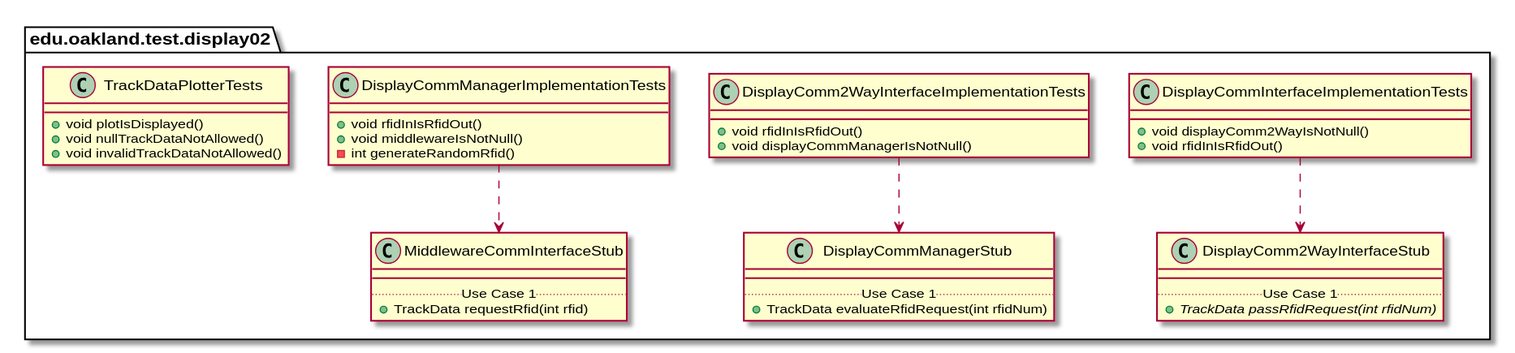
Above: docs/uml-class-diagrams/display02/test/Display02TestPackage_InternalDependencies.svg in andrewdimmer/csi-3370-software-project (PlantUML), before the change.
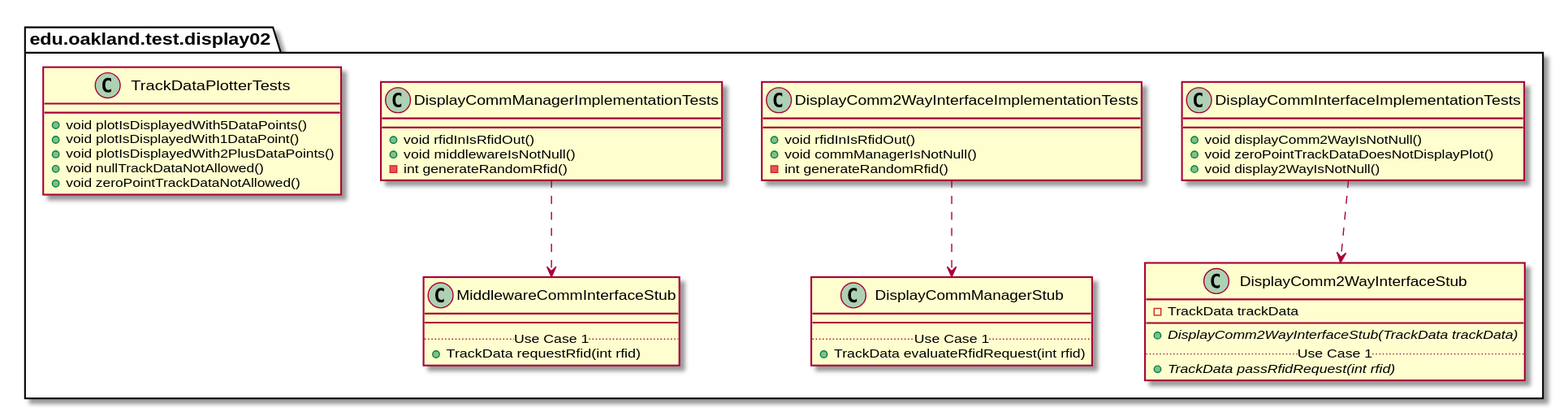
Later version of the same file.

What changed in the source:
```diff
@@ -8,8 +8,8 @@
 package edu.oakland.test.display02 {
     class DisplayCommInterfaceImplementationTests {
         + void displayComm2WayIsNotNull()
-        + void rfidInIsRfidOut()
-
+        + void zeroPointTrackDataDoesNotDisplayPlot()
+        + void display2WayIsNotNull()
     }
 }
 
@@ -17,9 +17,11 @@
 
 package edu.oakland.test.display02 {
     class DisplayComm2WayInterfaceStub {
+        - TrackData trackData
         __
+        {abstract} + DisplayComm2WayInterfaceStub(TrackData trackData)
         .. Use Case 1 ..
-        {abstract} + TrackData passRfidRequest(int rfidNum)
+        {abstract} + TrackData passRfidRequest(int rfid)
     }
 }
 
@@ -28,7 +30,8 @@
 package edu.oakland.test.display02 {
     class DisplayComm2WayInterfaceImplementationTests {
         + void rfidInIsRfidOut()
-        + void displayCommManagerIsNotNull()
+        + void commManagerIsNotNull()
+        - int generateRandomRfid()
     }
 }
 
@@ -38,7 +41,7 @@
     class DisplayCommManagerStub {
         __
         .. Use Case 1 ..
-        + TrackData evaluateRfidRequest(int rfidNum)
+        + TrackData evaluateRfidRequest(int rfid)
     }
 }
 
@@ -66,9 +69,11 @@
 
 package edu.oakland.test.display02 {
     class TrackDataPlotterTests {
-        + void plotIsDisplayed()
+        + void plotIsDisplayedWith5DataPoints()
+        + void plotIsDisplayedWith1DataPoint()
+        + void plotIsDisplayedWith2PlusDataPoints()
         + void nullTrackDataNotAllowed()
-        + void invalidTrackDataNotAllowed()
+        + void zeroPointTrackDataNotAllowed()
     }
 }
 
```
